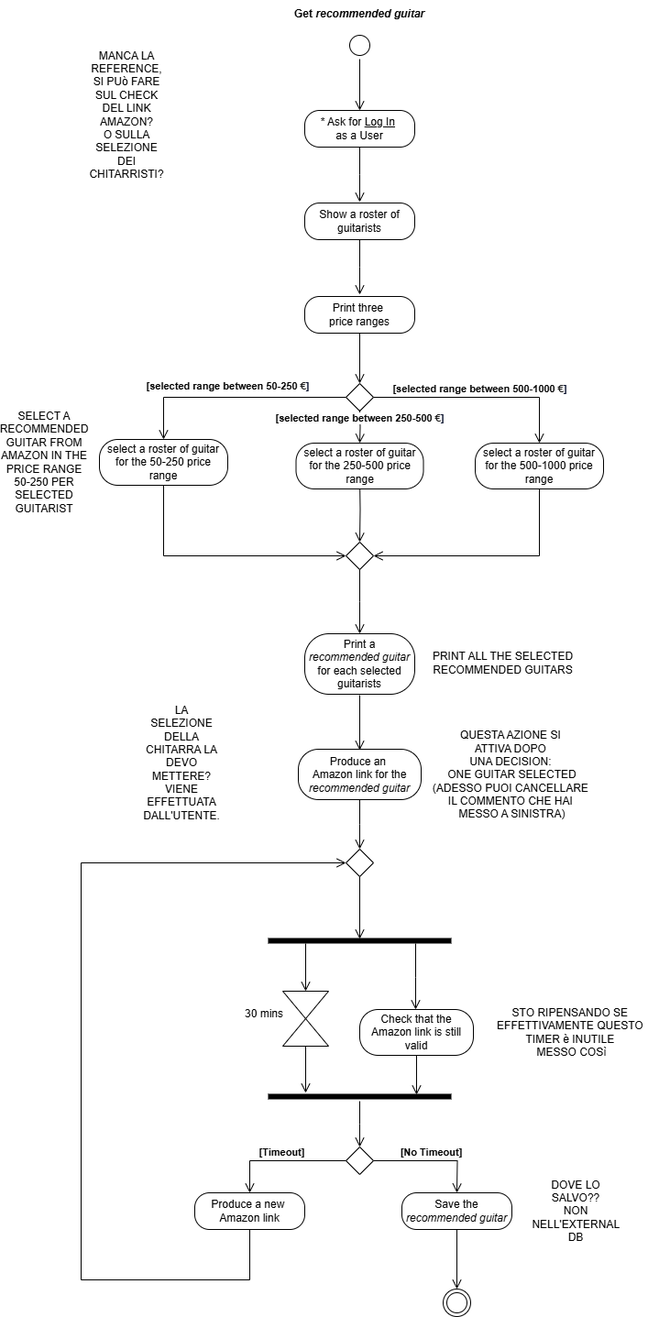
TizianoLilli/ISPW-Project keeps this draw.io diagram as ActivityDiagramM.drawio.png. Above is the earlier version. Source tidied: cells renumbered, new cells last; positions are measured from the earlier drawing's top-left corner, leaving out a move shared by most shapes.
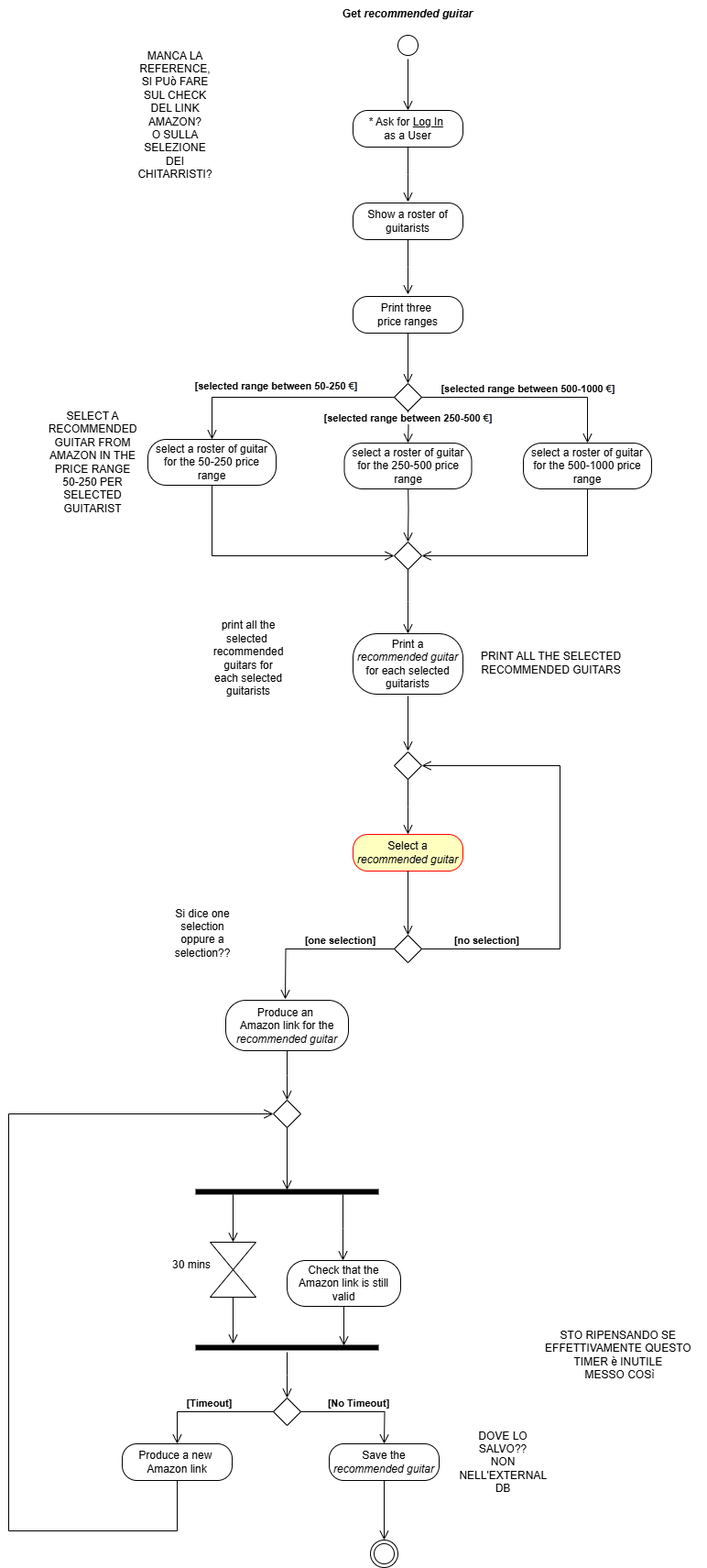
Later version of the same file.

Change to the diagram source:
```diff
@@ -81,89 +81,89 @@
     </mxCell>
     <mxCell id="19" style="edgeStyle=orthogonalEdgeStyle;html=1;verticalAlign=bottom;endArrow=open;endSize=8;rounded=0;labelBackgroundColor=none;fontColor=default;" parent="1" edge="1">
       <mxGeometry relative="1" as="geometry">
-        <mxPoint x="374" y="758" as="sourcePoint" />
-        <mxPoint x="374" y="818" as="targetPoint" />
+        <mxPoint x="374" y="759" as="sourcePoint" />
+        <mxPoint x="374" y="819" as="targetPoint" />
       </mxGeometry>
     </mxCell>
     <mxCell id="20" value="Produce an&amp;nbsp;&lt;div&gt;Amazon link for the&lt;/div&gt;&lt;div&gt;&lt;i&gt;recommended guitar&lt;/i&gt;&lt;/div&gt;" style="rounded=1;whiteSpace=wrap;html=1;arcSize=40;labelBackgroundColor=none;" parent="1" vertex="1">
-      <mxGeometry x="307" y="817" width="134" height="55" as="geometry" />
+      <mxGeometry x="175" y="1091" width="134" height="55" as="geometry" />
     </mxCell>
     <mxCell id="21" style="edgeStyle=orthogonalEdgeStyle;html=1;verticalAlign=bottom;endArrow=open;endSize=8;rounded=0;labelBackgroundColor=none;fontColor=default;" parent="1" edge="1" source="20">
       <mxGeometry relative="1" as="geometry">
-        <mxPoint x="374" y="926" as="targetPoint" />
+        <mxPoint x="242" y="1200" as="targetPoint" />
       </mxGeometry>
     </mxCell>
     <mxCell id="22" style="shape=line;html=1;strokeWidth=6;labelBackgroundColor=none;" parent="1" vertex="1">
-      <mxGeometry x="274" y="1021" width="200" height="10" as="geometry" />
+      <mxGeometry x="142" y="1295" width="200" height="10" as="geometry" />
     </mxCell>
     <mxCell id="23" style="edgeStyle=orthogonalEdgeStyle;html=1;verticalAlign=bottom;endArrow=open;endSize=8;rounded=0;exitX=0.805;exitY=0.8;exitDx=0;exitDy=0;exitPerimeter=0;labelBackgroundColor=none;fontColor=default;" parent="1" edge="1" source="22">
       <mxGeometry relative="1" as="geometry">
-        <mxPoint x="435" y="1101" as="targetPoint" />
+        <mxPoint x="303" y="1375" as="targetPoint" />
       </mxGeometry>
     </mxCell>
     <mxCell id="24" value="Check that the Amazon link is still valid" style="rounded=1;whiteSpace=wrap;html=1;arcSize=40;labelBackgroundColor=none;" parent="1" vertex="1">
-      <mxGeometry x="374" y="1101" width="124" height="50" as="geometry" />
+      <mxGeometry x="242" y="1375" width="124" height="50" as="geometry" />
     </mxCell>
     <mxCell id="25" style="edgeStyle=orthogonalEdgeStyle;html=1;verticalAlign=bottom;endArrow=open;endSize=8;rounded=0;exitX=0.5;exitY=1;exitDx=0;exitDy=0;entryX=0.81;entryY=0.3;entryDx=0;entryDy=0;entryPerimeter=0;labelBackgroundColor=none;fontColor=default;" parent="1" edge="1" source="24" target="32">
       <mxGeometry relative="1" as="geometry" />
     </mxCell>
     <mxCell id="26" style="rhombus;whiteSpace=wrap;html=1;labelBackgroundColor=none;" parent="1" vertex="1">
-      <mxGeometry x="359" y="1251" width="30" height="30" as="geometry" />
+      <mxGeometry x="227" y="1525" width="30" height="30" as="geometry" />
     </mxCell>
     <mxCell id="27" style="triangle;whiteSpace=wrap;html=1;direction=south;labelBackgroundColor=none;" parent="1" vertex="1">
-      <mxGeometry x="290" y="1081" width="50" height="30" as="geometry" />
+      <mxGeometry x="158" y="1355" width="50" height="30" as="geometry" />
     </mxCell>
     <mxCell id="28" style="triangle;whiteSpace=wrap;html=1;direction=north;labelBackgroundColor=none;" parent="1" vertex="1">
-      <mxGeometry x="290" y="1111" width="50" height="30" as="geometry" />
+      <mxGeometry x="158" y="1385" width="50" height="30" as="geometry" />
     </mxCell>
     <mxCell id="29" style="edgeStyle=orthogonalEdgeStyle;html=1;verticalAlign=bottom;endArrow=open;endSize=8;rounded=0;entryX=0;entryY=0.5;entryDx=0;entryDy=0;exitX=0.205;exitY=0.8;exitDx=0;exitDy=0;exitPerimeter=0;labelBackgroundColor=none;fontColor=default;" parent="1" edge="1" source="22" target="27">
       <mxGeometry relative="1" as="geometry" />
     </mxCell>
     <mxCell id="30" value="30 mins" style="text;html=1;align=center;verticalAlign=middle;whiteSpace=wrap;rounded=0;labelBackgroundColor=none;" parent="1" vertex="1">
-      <mxGeometry x="240" y="1091" width="60" height="30" as="geometry" />
+      <mxGeometry x="108" y="1365" width="60" height="30" as="geometry" />
     </mxCell>
     <mxCell id="31" style="edgeStyle=orthogonalEdgeStyle;html=1;verticalAlign=bottom;endArrow=open;endSize=8;rounded=0;entryX=0.205;entryY=0.1;entryDx=0;entryDy=0;exitX=0;exitY=0.5;exitDx=0;exitDy=0;entryPerimeter=0;labelBackgroundColor=none;fontColor=default;" parent="1" edge="1" source="28" target="32">
       <mxGeometry relative="1" as="geometry" />
     </mxCell>
     <mxCell id="32" style="shape=line;html=1;strokeWidth=6;labelBackgroundColor=none;" parent="1" vertex="1">
-      <mxGeometry x="274" y="1191" width="200" height="10" as="geometry" />
+      <mxGeometry x="142" y="1465" width="200" height="10" as="geometry" />
     </mxCell>
     <mxCell id="33" style="edgeStyle=orthogonalEdgeStyle;html=1;verticalAlign=bottom;endArrow=open;endSize=8;rounded=0;labelBackgroundColor=none;fontColor=default;" parent="1" edge="1" source="32">
       <mxGeometry relative="1" as="geometry">
-        <mxPoint x="374" y="1251" as="targetPoint" />
+        <mxPoint x="242" y="1525" as="targetPoint" />
       </mxGeometry>
     </mxCell>
     <mxCell id="34" value="&lt;b&gt;[No Timeout]&lt;/b&gt;" style="edgeStyle=orthogonalEdgeStyle;html=1;verticalAlign=bottom;endArrow=open;endSize=8;rounded=0;exitX=1;exitY=0.5;exitDx=0;exitDy=0;labelBackgroundColor=none;fontColor=default;" parent="1" edge="1" source="26">
       <mxGeometry relative="1" as="geometry">
-        <mxPoint x="480" y="1301" as="targetPoint" />
+        <mxPoint x="348" y="1575" as="targetPoint" />
       </mxGeometry>
     </mxCell>
     <mxCell id="35" value="Save the&lt;div&gt;&lt;i&gt;recommended guitar&lt;/i&gt;&lt;/div&gt;" style="rounded=1;whiteSpace=wrap;html=1;arcSize=40;labelBackgroundColor=none;" parent="1" vertex="1">
-      <mxGeometry x="420" y="1301" width="120" height="40" as="geometry" />
+      <mxGeometry x="288" y="1575" width="120" height="40" as="geometry" />
     </mxCell>
     <mxCell id="36" value="&lt;b&gt;[Timeout]&lt;/b&gt;" style="edgeStyle=orthogonalEdgeStyle;html=1;verticalAlign=bottom;endArrow=open;endSize=8;rounded=0;exitX=0;exitY=0.5;exitDx=0;exitDy=0;labelBackgroundColor=none;fontColor=default;" parent="1" edge="1" source="26" target="37">
       <mxGeometry relative="1" as="geometry" />
     </mxCell>
     <mxCell id="37" value="&lt;div&gt;&lt;span style=&quot;background-color: initial;&quot;&gt;Produce a new&amp;nbsp;&lt;/span&gt;&lt;/div&gt;&lt;div&gt;Amazon link&lt;/div&gt;" style="rounded=1;whiteSpace=wrap;html=1;arcSize=40;labelBackgroundColor=none;" parent="1" vertex="1">
-      <mxGeometry x="194" y="1301" width="120" height="40" as="geometry" />
+      <mxGeometry x="62" y="1575" width="120" height="40" as="geometry" />
     </mxCell>
     <mxCell id="38" style="edgeStyle=orthogonalEdgeStyle;html=1;verticalAlign=bottom;endArrow=open;endSize=8;rounded=0;exitX=0.5;exitY=1;exitDx=0;exitDy=0;entryX=0;entryY=0.5;entryDx=0;entryDy=0;labelBackgroundColor=none;fontColor=default;" parent="1" edge="1" source="37" target="39">
       <mxGeometry relative="1" as="geometry">
         <Array as="points">
-          <mxPoint x="254" y="1396" />
-          <mxPoint x="70" y="1396" />
-          <mxPoint x="70" y="941" />
+          <mxPoint x="122" y="1670" />
+          <mxPoint x="-62" y="1670" />
+          <mxPoint x="-62" y="1215" />
         </Array>
       </mxGeometry>
     </mxCell>
     <mxCell id="39" style="rhombus;whiteSpace=wrap;html=1;labelBackgroundColor=none;" parent="1" vertex="1">
-      <mxGeometry x="359" y="926" width="30" height="30" as="geometry" />
+      <mxGeometry x="227" y="1200" width="30" height="30" as="geometry" />
     </mxCell>
     <mxCell id="40" style="edgeStyle=orthogonalEdgeStyle;html=1;verticalAlign=bottom;endArrow=open;endSize=8;rounded=0;entryX=0.5;entryY=0.3;entryDx=0;entryDy=0;entryPerimeter=0;exitX=0.5;exitY=1;exitDx=0;exitDy=0;labelBackgroundColor=none;fontColor=default;" parent="1" edge="1" source="39" target="22">
       <mxGeometry relative="1" as="geometry" />
     </mxCell>
     <mxCell id="41" style="ellipse;html=1;shape=endState;labelBackgroundColor=none;" parent="1" vertex="1">
-      <mxGeometry x="465" y="1406" width="30" height="30" as="geometry" />
+      <mxGeometry x="333" y="1680" width="30" height="30" as="geometry" />
     </mxCell>
     <mxCell id="42" style="edgeStyle=orthogonalEdgeStyle;html=1;verticalAlign=bottom;endArrow=open;endSize=8;rounded=0;entryX=0.5;entryY=0;entryDx=0;entryDy=0;exitX=0.5;exitY=1;exitDx=0;exitDy=0;labelBackgroundColor=none;fontColor=default;" parent="1" edge="1" source="35" target="41">
       <mxGeometry relative="1" as="geometry" />
@@ -178,14 +178,11 @@
       <mxGeometry x="284" width="180" height="30" as="geometry" />
     </mxCell>
     <mxCell id="46" value="DOVE LO SALVO??&lt;div&gt;NON NELL'EXTERNAL DB&lt;/div&gt;" style="text;html=1;align=center;verticalAlign=middle;whiteSpace=wrap;rounded=0;labelBackgroundColor=none;" parent="1" vertex="1">
-      <mxGeometry x="580" y="1306" width="60" height="30" as="geometry" />
+      <mxGeometry x="448" y="1580" width="60" height="30" as="geometry" />
     </mxCell>
     <mxCell id="47" value="MANCA LA REFERENCE, SI PUò FARE SUL CHECK DEL LINK AMAZON?&lt;div&gt;O SULLA SELEZIONE DEI CHITARRISTI?&lt;/div&gt;" style="text;html=1;align=center;verticalAlign=middle;whiteSpace=wrap;rounded=0;labelBackgroundColor=none;" parent="1" vertex="1">
       <mxGeometry x="90" y="110" width="60" height="30" as="geometry" />
     </mxCell>
-    <mxCell id="48" value="LA SELEZIONE DELLA CHITARRA LA DEVO METTERE? VIENE EFFETTUATA DALL'UTENTE." style="text;html=1;align=center;verticalAlign=middle;whiteSpace=wrap;rounded=0;labelBackgroundColor=none;" parent="1" vertex="1">
-      <mxGeometry x="150" y="817" width="60" height="30" as="geometry" />
-    </mxCell>
     <mxCell id="49" value="* Ask for&amp;nbsp;&lt;u&gt;Log In&lt;/u&gt;&amp;nbsp;&lt;div&gt;as a User&lt;/div&gt;" style="rounded=1;whiteSpace=wrap;html=1;arcSize=40;labelBackgroundColor=none;" parent="1" vertex="1">
       <mxGeometry x="314" y="120" width="120" height="40" as="geometry" />
     </mxCell>
@@ -195,7 +192,7 @@
       </mxGeometry>
     </mxCell>
     <mxCell id="51" value="STO RIPENSANDO SE&amp;nbsp;&lt;div&gt;EFFETTIVAMENTE QUESTO&amp;nbsp;&lt;/div&gt;&lt;div&gt;TIMER è INUTILE&amp;nbsp;&lt;/div&gt;&lt;div&gt;MESSO COSì&lt;/div&gt;" style="text;html=1;align=center;verticalAlign=middle;strokeColor=none;fillColor=none;" parent="1" vertex="1">
-      <mxGeometry x="510" y="1091" width="190" height="70" as="geometry" />
+      <mxGeometry x="510" y="1443" width="190" height="70" as="geometry" />
     </mxCell>
     <mxCell id="52" value="SELECT A RECOMMENDED GUITAR FROM AMAZON IN THE PRICE RANGE 50-250 PER SELECTED GUITARIST" style="text;html=1;align=center;verticalAlign=middle;whiteSpace=wrap;rounded=0;" parent="1" vertex="1">
       <mxGeometry y="489" width="60" height="30" as="geometry" />
@@ -203,8 +200,41 @@
     <mxCell id="53" value="PRINT ALL THE SELECTED&lt;div&gt;RECOMMENDED GUITARS&lt;/div&gt;" style="text;html=1;align=center;verticalAlign=middle;strokeColor=none;fillColor=none;" parent="1" vertex="1">
       <mxGeometry x="440" y="703" width="180" height="40" as="geometry" />
     </mxCell>
-    <mxCell id="54" value="QUESTA AZIONE SI&amp;nbsp;&lt;div&gt;ATTIVA DOPO&amp;nbsp;&lt;/div&gt;&lt;div&gt;UNA DECISION:&amp;nbsp;&lt;/div&gt;&lt;div&gt;ONE GUITAR SELECTED&lt;/div&gt;&lt;div&gt;(ADESSO PUOI CANCELLARE&amp;nbsp;&lt;/div&gt;&lt;div&gt;IL COMMENTO CHE HAI&amp;nbsp;&lt;/div&gt;&lt;div&gt;MESSO A SINISTRA)&lt;/div&gt;" style="text;html=1;align=center;verticalAlign=middle;strokeColor=none;fillColor=none;" parent="1" vertex="1">
-      <mxGeometry x="440" y="789.5" width="200" height="110" as="geometry" />
-    </mxCell>
+    <mxCell id="55" style="rhombus;whiteSpace=wrap;html=1;labelBackgroundColor=none;" parent="1" vertex="1">
+      <mxGeometry x="359" y="820" width="30" height="30" as="geometry" />
+    </mxCell>
+    <mxCell id="56" value="Select a&lt;div&gt;&lt;i&gt;recommended guitar&lt;/i&gt;&lt;/div&gt;" style="rounded=1;whiteSpace=wrap;html=1;arcSize=40;fontColor=#000000;fillColor=#ffffc0;strokeColor=#ff0000;" parent="1" vertex="1">
+      <mxGeometry x="314" y="910" width="120" height="40" as="geometry" />
+    </mxCell>
+    <mxCell id="57" value="print all the selected&amp;nbsp; recommended guitars for each selected guitarists" style="text;html=1;align=center;verticalAlign=middle;whiteSpace=wrap;rounded=0;" parent="1" vertex="1">
+      <mxGeometry x="170" y="703" width="60" height="30" as="geometry" />
+    </mxCell>
+    <mxCell id="58" style="edgeStyle=orthogonalEdgeStyle;html=1;verticalAlign=bottom;endArrow=open;endSize=8;rounded=0;labelBackgroundColor=none;fontColor=default;exitX=0.5;exitY=1;exitDx=0;exitDy=0;" parent="1" edge="1" source="55">
+      <mxGeometry relative="1" as="geometry">
+        <mxPoint x="374" y="910" as="targetPoint" />
+      </mxGeometry>
+    </mxCell>
+    <mxCell id="59" style="edgeStyle=orthogonalEdgeStyle;html=1;verticalAlign=bottom;endArrow=open;endSize=8;rounded=0;labelBackgroundColor=none;fontColor=default;exitX=0.5;exitY=1;exitDx=0;exitDy=0;" parent="1" edge="1" source="56" target="60">
+      <mxGeometry relative="1" as="geometry" />
+    </mxCell>
+    <mxCell id="60" style="rhombus;whiteSpace=wrap;html=1;labelBackgroundColor=none;" parent="1" vertex="1">
+      <mxGeometry x="359" y="1020" width="30" height="30" as="geometry" />
+    </mxCell>
+    <mxCell id="61" value="&lt;b&gt;[one selection]&lt;/b&gt;" style="edgeStyle=orthogonalEdgeStyle;html=1;verticalAlign=bottom;endArrow=open;endSize=8;rounded=0;labelBackgroundColor=none;fontColor=default;exitX=0;exitY=0.5;exitDx=0;exitDy=0;" parent="1" edge="1" source="60">
+      <mxGeometry x="-0.32" relative="1" as="geometry">
+        <mxPoint x="240" y="1090" as="targetPoint" />
+      </mxGeometry>
+    </mxCell>
+    <mxCell id="62" value="&lt;b&gt;[no selection]&lt;/b&gt;" style="edgeStyle=orthogonalEdgeStyle;html=1;verticalAlign=bottom;endArrow=open;endSize=8;rounded=0;labelBackgroundColor=none;fontColor=default;exitX=1;exitY=0.5;exitDx=0;exitDy=0;entryX=1;entryY=0.5;entryDx=0;entryDy=0;" parent="1" edge="1" source="60" target="55">
+      <mxGeometry x="-0.72" relative="1" as="geometry">
+        <Array as="points">
+          <mxPoint x="540" y="1035" />
+          <mxPoint x="540" y="835" />
+        </Array>
+      </mxGeometry>
+    </mxCell>
+    <mxCell id="63" value="Si dice one selection oppure a selection??&lt;div&gt;&lt;br&gt;&lt;/div&gt;" style="text;html=1;align=center;verticalAlign=middle;whiteSpace=wrap;rounded=0;" parent="1" vertex="1">
+      <mxGeometry x="120" y="1010" width="60" height="30" as="geometry" />
+    </mxCell>
   </root>
 </mxGraphModel>
```
